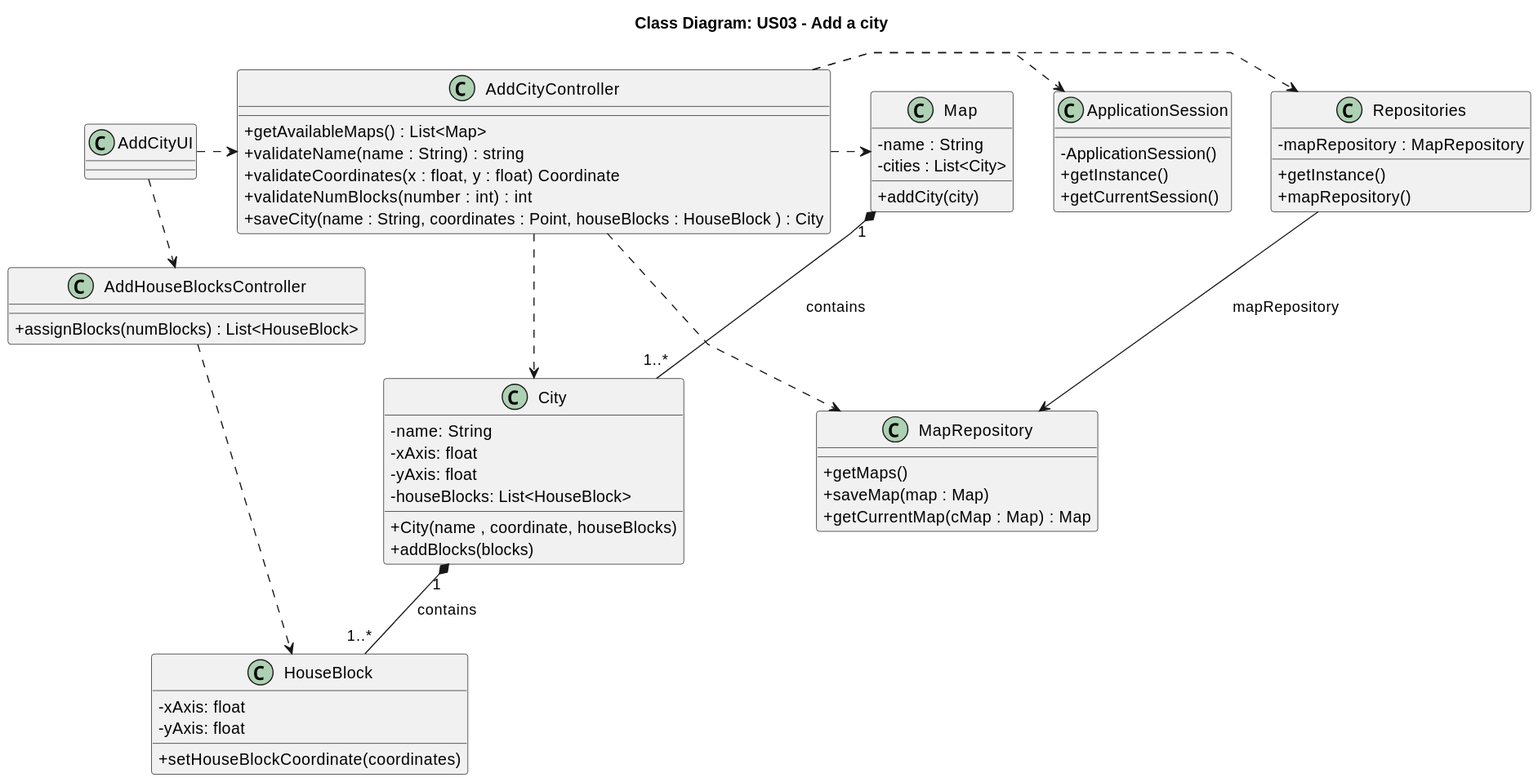
The PlantUML diagram docs/system-documentation/Sprint 2/US03/03.design/svg/US03-CD.svg in HenriqueSilva18/Railway-Network-Simulator, before a commit. Source of this version:
```plantuml
@startuml
top to bottom direction

skinparam packageStyle rectangle
skinparam shadowing false
skinparam linetype polyline
skinparam classAttributeIconSize 0

title Class Diagram: US03 - Add a city

class ApplicationSession {
  -ApplicationSession()
  +getInstance()
  +getCurrentSession()
}

class AddCityController {
  +getAvailableMaps() : List<Map>
  +validateName(name : String) : string
  +validateCoordinates(x : float, y : float) Coordinate
  +validateNumBlocks(number : int) : int
  +saveCity(name : String, coordinates : Point, houseBlocks : HouseBlock ) : City
}

class AddHouseBlocksController {
  +assignBlocks(numBlocks) : List<HouseBlock>
}

class Repositories {
    -mapRepository : MapRepository
  +getInstance()
  +mapRepository()
}

class MapRepository {
  +getMaps()
  +saveMap(map : Map)
  +getCurrentMap(cMap : Map) : Map
}

class City {
  -name: String
  -xAxis: float
    -yAxis: float
  -houseBlocks: List<HouseBlock>
  +City(name , coordinate, houseBlocks)
  +addBlocks(blocks)
}

class Map {
  -name : String
  -cities : List<City>
  +addCity(city)
}

class HouseBlock {
    -xAxis: float
    -yAxis: float
 +setHouseBlockCoordinate(coordinates)
}

class AddCityUI {
}

AddCityController .> ApplicationSession
Repositories --> MapRepository : mapRepository
AddCityController .> Repositories
AddCityController .> City
AddCityController .> Map
AddCityController .> MapRepository
AddHouseBlocksController .> HouseBlock
AddCityUI .> AddCityController
AddCityUI .> AddHouseBlocksController
Map "1" *-- "1..*" City : contains
City "1" *-- "1..*" HouseBlock : contains
@enduml
```
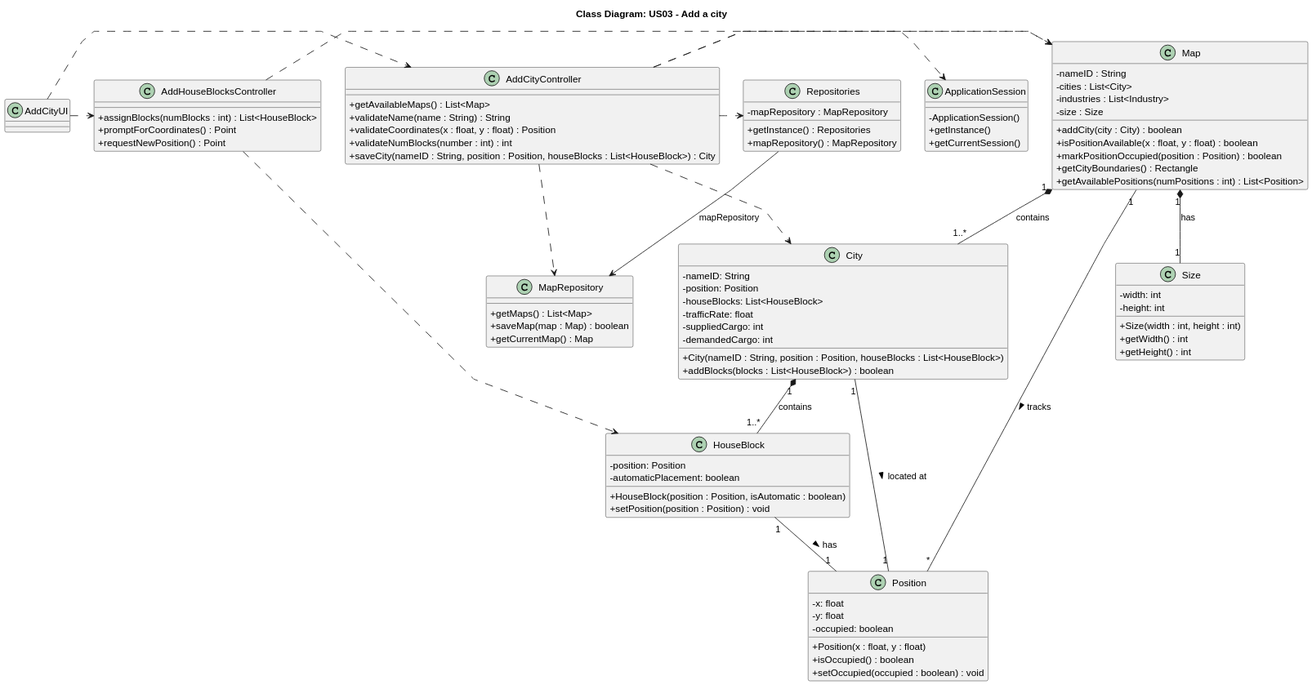
After the commit.

What changed in the source:
```diff
@@ -1,6 +1,4 @@
 @startuml
-top to bottom direction
-
 skinparam packageStyle rectangle
 skinparam shadowing false
 skinparam linetype polyline
@@ -16,47 +14,75 @@
 
 class AddCityController {
   +getAvailableMaps() : List<Map>
-  +validateName(name : String) : string
-  +validateCoordinates(x : float, y : float) Coordinate
+  +validateName(name : String) : String
+  +validateCoordinates(x : float, y : float) : Position
   +validateNumBlocks(number : int) : int
-  +saveCity(name : String, coordinates : Point, houseBlocks : HouseBlock ) : City
+  +saveCity(nameID : String, position : Position, houseBlocks : List<HouseBlock>) : City
 }
 
 class AddHouseBlocksController {
-  +assignBlocks(numBlocks) : List<HouseBlock>
+  +assignBlocks(numBlocks : int) : List<HouseBlock>
+  +promptForCoordinates() : Point
+  +requestNewPosition() : Point
 }
 
 class Repositories {
-    -mapRepository : MapRepository
-  +getInstance()
-  +mapRepository()
+  -mapRepository : MapRepository
+  +getInstance() : Repositories
+  +mapRepository() : MapRepository
 }
 
 class MapRepository {
-  +getMaps()
-  +saveMap(map : Map)
-  +getCurrentMap(cMap : Map) : Map
+  +getMaps() : List<Map>
+  +saveMap(map : Map) : boolean
+  +getCurrentMap() : Map
 }
 
 class City {
-  -name: String
-  -xAxis: float
-    -yAxis: float
+  -nameID: String
+  -position: Position
   -houseBlocks: List<HouseBlock>
-  +City(name , coordinate, houseBlocks)
-  +addBlocks(blocks)
+  -trafficRate: float
+  -suppliedCargo: int
+  -demandedCargo: int
+  +City(nameID : String, position : Position, houseBlocks : List<HouseBlock>)
+  +addBlocks(blocks : List<HouseBlock>) : boolean
 }
 
 class Map {
-  -name : String
+  -nameID : String
   -cities : List<City>
-  +addCity(city)
+  -industries : List<Industry>
+  -size : Size
+  +addCity(city : City) : boolean
+  +isPositionAvailable(x : float, y : float) : boolean
+  +markPositionOccupied(position : Position) : boolean
+  +getCityBoundaries() : Rectangle
+  +getAvailablePositions(numPositions : int) : List<Position>
 }
 
 class HouseBlock {
-    -xAxis: float
-    -yAxis: float
- +setHouseBlockCoordinate(coordinates)
+  -position: Position
+  -automaticPlacement: boolean
+  +HouseBlock(position : Position, isAutomatic : boolean)
+  +setPosition(position : Position) : void
+}
+
+class Position {
+  -x: float
+  -y: float
+  -occupied: boolean
+  +Position(x : float, y : float)
+  +isOccupied() : boolean
+  +setOccupied(occupied : boolean) : void
+}
+
+class Size {
+  -width: int
+  -height: int
+  +Size(width : int, height : int)
+  +getWidth() : int
+  +getHeight() : int
 }
 
 class AddCityUI {
@@ -69,8 +95,13 @@
 AddCityController .> Map
 AddCityController .> MapRepository
 AddHouseBlocksController .> HouseBlock
+AddHouseBlocksController .> Map
 AddCityUI .> AddCityController
 AddCityUI .> AddHouseBlocksController
 Map "1" *-- "1..*" City : contains
 City "1" *-- "1..*" HouseBlock : contains
+Map "1" *-- "1" Size : has
+HouseBlock "1" -- "1" Position : has >
+City "1" -- "1" Position : located at >
+Map "1" -- "*" Position : tracks >
 @enduml
```
